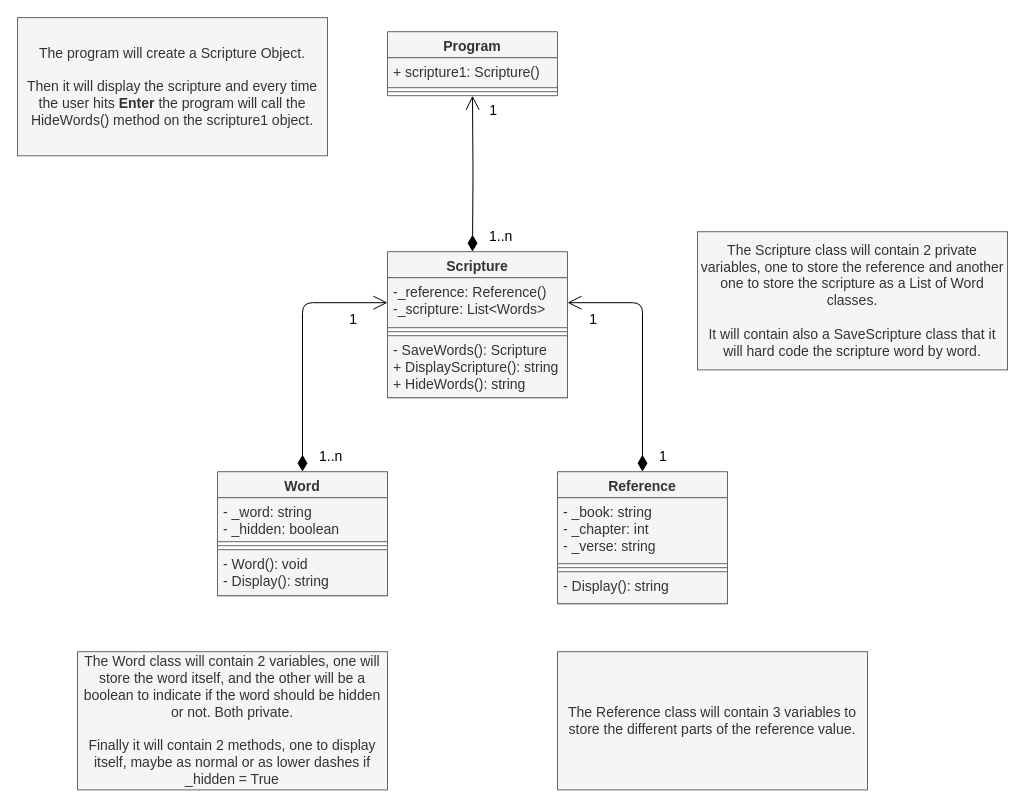
Before: prove/Develop03/Classes.drawio in Shelemhg/cse210-projects, a draw.io diagram. Source tidied: cells renumbered, new cells numbered last; positions are measured from the earlier drawing's top-left corner, leaving out a move shared by most shapes. Both pictures are drawn from the tidied source at 100%, with x=0, y=0 at pixel (17, 17).
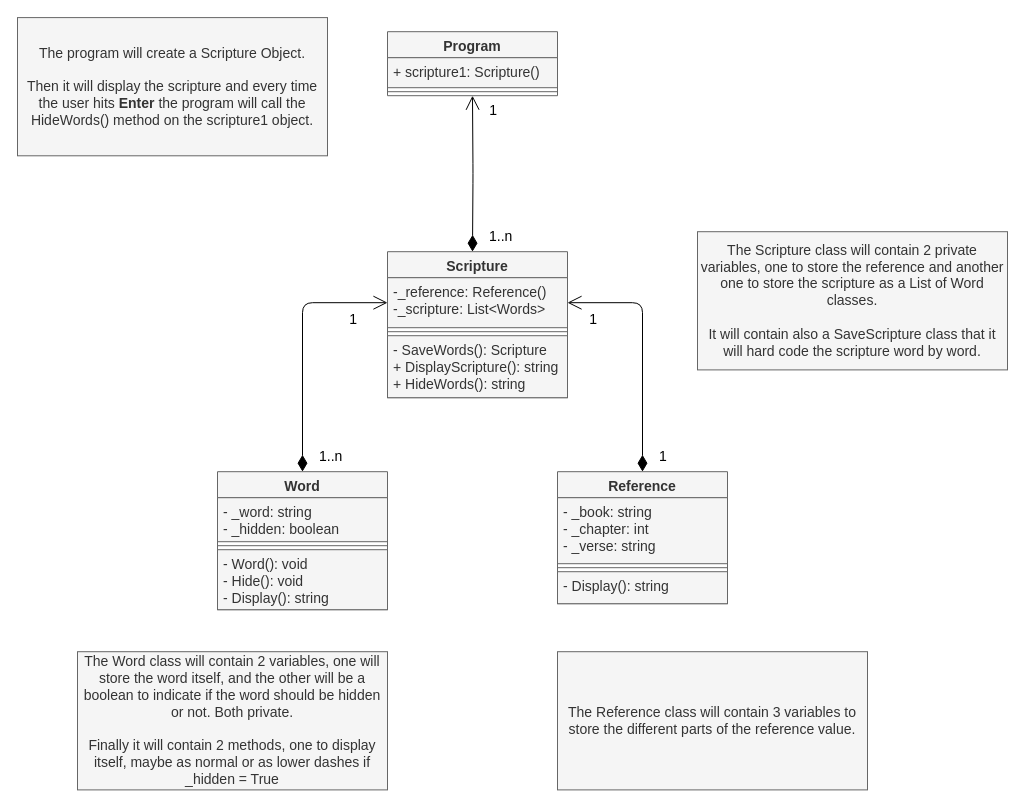
After the change.

The edit, as a diff of the source:
```diff
@@
     <mxCell id="12" value="Word" style="swimlane;fontStyle=1;align=center;verticalAlign=top;horizontal=1;startSize=26;fillColor=#f5f5f5;strokeColor=#666666;fontColor=#333333;fontSize=14;" parent="1" vertex="1">
-      <mxGeometry x="200" y="454.2" width="170" height="124" as="geometry" />
+      <mxGeometry x="200" y="454.2" width="170" height="138" as="geometry" />
     </mxCell>
@@
-    <mxCell id="15" value="- Word(): void&#10;- Display(): string" style="text;strokeColor=#666666;fillColor=#f5f5f5;align=left;verticalAlign=top;spacingLeft=4;spacingRight=4;overflow=hidden;fontColor=#333333;fontSize=14;" parent="12" vertex="1">
-      <mxGeometry y="78" width="170" height="46" as="geometry" />
+    <mxCell id="15" value="- Word(): void&#10;- Hide(): void&#10;- Display(): string" style="text;strokeColor=#666666;fillColor=#f5f5f5;align=left;verticalAlign=top;spacingLeft=4;spacingRight=4;overflow=hidden;fontColor=#333333;fontSize=14;" parent="12" vertex="1">
+      <mxGeometry y="78" width="170" height="60" as="geometry" />
     </mxCell>
```
